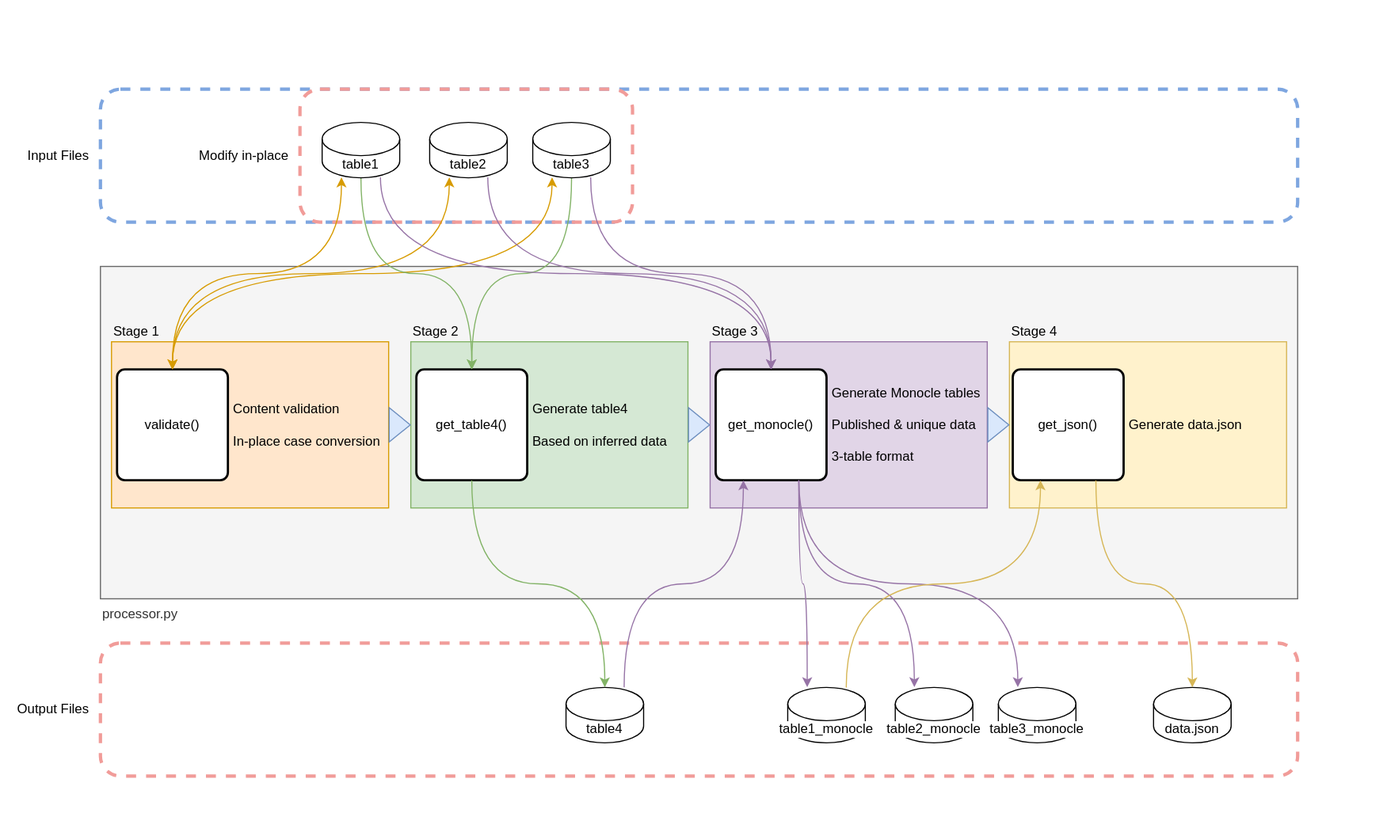
Earlier version of the draw.io export doc/workflow.drawio.svg (sanger-bentley-group/gps-database-processor). Source tidied: cells renumbered, new cells last; positions are measured from the earlier drawing's top-left corner, leaving out a move shared by most shapes.
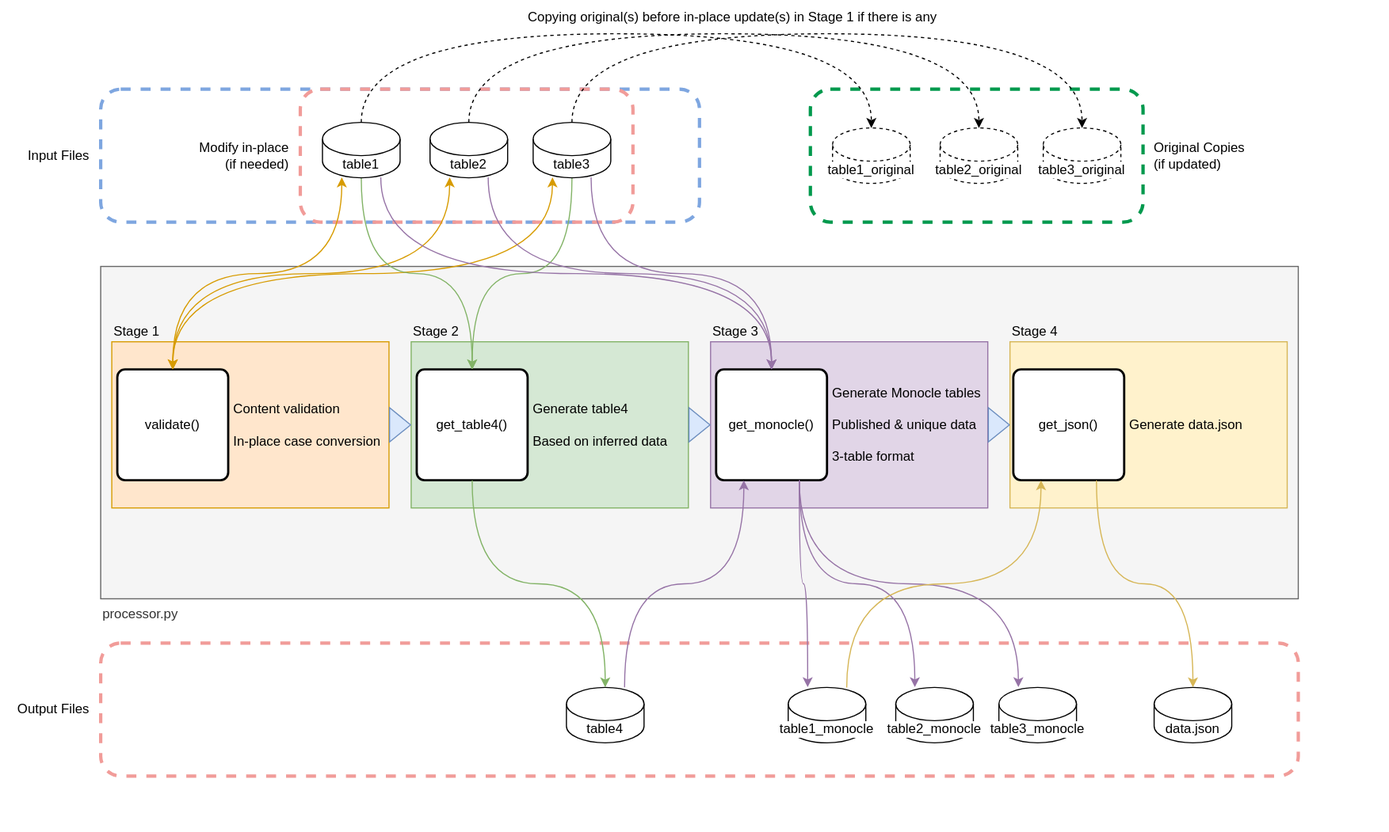
The same file after the commit.

Commit message:
Backup original if there is any in-place update

Diff of the diagram source:
```diff
@@ -5,6 +5,9 @@
     <mxCell id="2" style="rounded=0;whiteSpace=wrap;html=1;strokeColor=none;fillColor=default;" parent="1" vertex="1">
       <mxGeometry width="1250" height="750" as="geometry" />
     </mxCell>
+    <mxCell id="51" value="Original Copies&lt;br&gt;(if updated)" style="rounded=1;whiteSpace=wrap;html=1;labelBackgroundColor=default;fillStyle=auto;strokeColor=#00994D;fillColor=none;dashed=1;strokeWidth=3;labelPosition=right;verticalLabelPosition=middle;align=left;verticalAlign=middle;spacingLeft=0;spacingRight=0;spacing=10;" parent="1" vertex="1">
+      <mxGeometry x="730" y="80" width="300" height="120" as="geometry" />
+    </mxCell>
     <mxCell id="3" value="processor.py" style="fillColor=#f5f5f5;strokeColor=#666666;align=left;labelPosition=center;verticalLabelPosition=bottom;verticalAlign=top;fontColor=#333333;" parent="1" vertex="1">
       <mxGeometry x="90" y="240" width="1080" height="300" as="geometry" />
     </mxCell>
@@ -60,9 +63,9 @@
       <mxGeometry x="90" y="580" width="1080" height="120" as="geometry" />
     </mxCell>
     <mxCell id="21" value="Input Files" style="rounded=1;whiteSpace=wrap;html=1;labelBackgroundColor=default;fillStyle=auto;strokeColor=#7EA6E0;fillColor=none;dashed=1;strokeWidth=3;labelPosition=left;verticalLabelPosition=middle;align=right;verticalAlign=middle;spacingLeft=0;spacingRight=0;spacing=10;" parent="1" vertex="1">
-      <mxGeometry x="90" y="80" width="1080" height="120" as="geometry" />
+      <mxGeometry x="90" y="80" width="540" height="120" as="geometry" />
     </mxCell>
-    <mxCell id="22" value="Modify in-place" style="rounded=1;whiteSpace=wrap;html=1;labelBackgroundColor=default;fillStyle=auto;strokeColor=#F19C99;fillColor=none;dashed=1;strokeWidth=3;labelPosition=left;verticalLabelPosition=middle;align=right;verticalAlign=middle;spacingLeft=0;spacingRight=0;spacing=10;" parent="1" vertex="1">
+    <mxCell id="22" value="Modify in-place &lt;br&gt;(if needed)" style="rounded=1;whiteSpace=wrap;html=1;labelBackgroundColor=default;fillStyle=auto;strokeColor=#F19C99;fillColor=none;dashed=1;strokeWidth=3;labelPosition=left;verticalLabelPosition=middle;align=right;verticalAlign=middle;spacingLeft=0;spacingRight=0;spacing=10;" parent="1" vertex="1">
       <mxGeometry x="270" y="80" width="300" height="120" as="geometry" />
     </mxCell>
     <mxCell id="23" style="endArrow=classic;html=1;rounded=0;entryX=0.5;entryY=0;entryDx=0;entryDy=0;exitX=0.249;exitY=0.991;exitDx=0;exitDy=0;exitPerimeter=0;edgeStyle=orthogonalEdgeStyle;curved=1;startArrow=classic;startFill=1;fillColor=#ffe6cc;strokeColor=#d79b00;" parent="1" edge="1" source="44" target="18">
@@ -149,5 +152,44 @@
     <mxCell id="50" value="table3_monocle" style="shape=cylinder3;whiteSpace=wrap;html=1;boundedLbl=1;backgroundOutline=1;size=15;labelBackgroundColor=default;" parent="47" vertex="1">
       <mxGeometry x="190" width="70" height="50" as="geometry" />
     </mxCell>
+    <mxCell id="52" style="group;strokeColor=none;" parent="1" vertex="1">
+      <mxGeometry x="750" y="115" width="260" height="50" as="geometry" />
+    </mxCell>
+    <mxCell id="53" value="table1_original" style="shape=cylinder3;whiteSpace=wrap;html=1;boundedLbl=1;backgroundOutline=1;size=15;strokeColor=default;dashed=1;labelBackgroundColor=default;" parent="52" vertex="1">
+      <mxGeometry width="70" height="50" as="geometry" />
+    </mxCell>
+    <mxCell id="54" value="table2_original" style="shape=cylinder3;whiteSpace=wrap;html=1;boundedLbl=1;backgroundOutline=1;size=15;dashed=1;labelBackgroundColor=default;" parent="52" vertex="1">
+      <mxGeometry x="97" width="70" height="50" as="geometry" />
+    </mxCell>
+    <mxCell id="55" value="table3_original" style="shape=cylinder3;whiteSpace=wrap;html=1;boundedLbl=1;backgroundOutline=1;size=15;dashed=1;labelBackgroundColor=default;" parent="52" vertex="1">
+      <mxGeometry x="190" width="70" height="50" as="geometry" />
+    </mxCell>
+    <mxCell id="56" style="endArrow=classic;html=1;exitX=0.5;exitY=0;exitDx=0;exitDy=0;exitPerimeter=0;entryX=0.5;entryY=0;entryDx=0;entryDy=0;entryPerimeter=0;edgeStyle=orthogonalEdgeStyle;curved=1;dashed=1;" parent="1" edge="1" source="44" target="53">
+      <mxGeometry relative="1" as="geometry">
+        <Array as="points">
+          <mxPoint x="325" y="30" />
+          <mxPoint x="785" y="30" />
+        </Array>
+      </mxGeometry>
+    </mxCell>
+    <mxCell id="57" style="endArrow=classic;html=1;dashed=1;curved=1;exitX=0.5;exitY=0;exitDx=0;exitDy=0;exitPerimeter=0;entryX=0.5;entryY=0;entryDx=0;entryDy=0;entryPerimeter=0;edgeStyle=orthogonalEdgeStyle;" parent="1" edge="1" source="45" target="54">
+      <mxGeometry relative="1" as="geometry">
+        <Array as="points">
+          <mxPoint x="422" y="30" />
+          <mxPoint x="882" y="30" />
+        </Array>
+      </mxGeometry>
+    </mxCell>
+    <mxCell id="58" style="endArrow=classic;html=1;dashed=1;curved=1;exitX=0.5;exitY=0;exitDx=0;exitDy=0;exitPerimeter=0;entryX=0.5;entryY=0;entryDx=0;entryDy=0;entryPerimeter=0;edgeStyle=orthogonalEdgeStyle;" parent="1" edge="1" source="46" target="55">
+      <mxGeometry relative="1" as="geometry">
+        <Array as="points">
+          <mxPoint x="515" y="30" />
+          <mxPoint x="975" y="30" />
+        </Array>
+      </mxGeometry>
+    </mxCell>
+    <mxCell id="59" value="Copying original(s) before in-place update(s) in Stage 1 if there is any" style="text;html=1;strokeColor=none;fillColor=none;align=center;verticalAlign=middle;whiteSpace=wrap;rounded=0;dashed=1;labelBackgroundColor=none;" parent="1" vertex="1">
+      <mxGeometry x="470" width="380" height="30" as="geometry" />
+    </mxCell>
   </root>
 </mxGraphModel>
```
